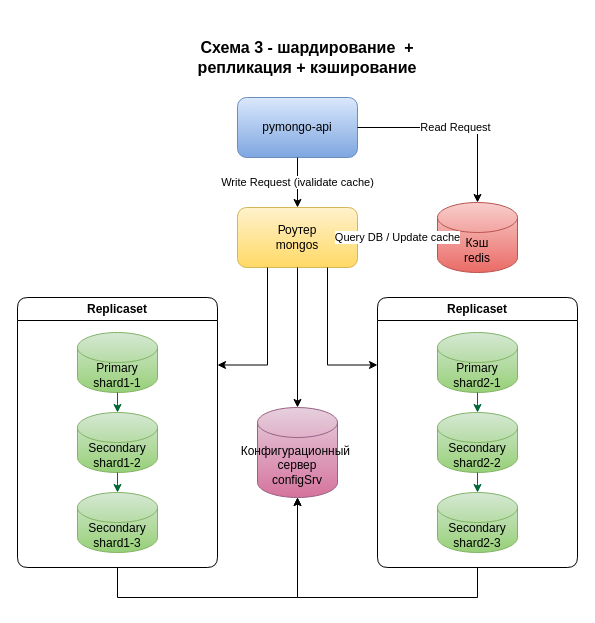
megalosandros/architecture-black_friday keeps this draw.io diagram as schemas/schema-v3-caching.drawio. Above is the earlier version. Source tidied: cells renumbered, new cells numbered last; positions are measured from the earlier drawing's top-left corner, leaving out a move shared by most shapes. Both pictures are drawn from the tidied source at 100%, with x=0, y=0 at pixel (17, 17).
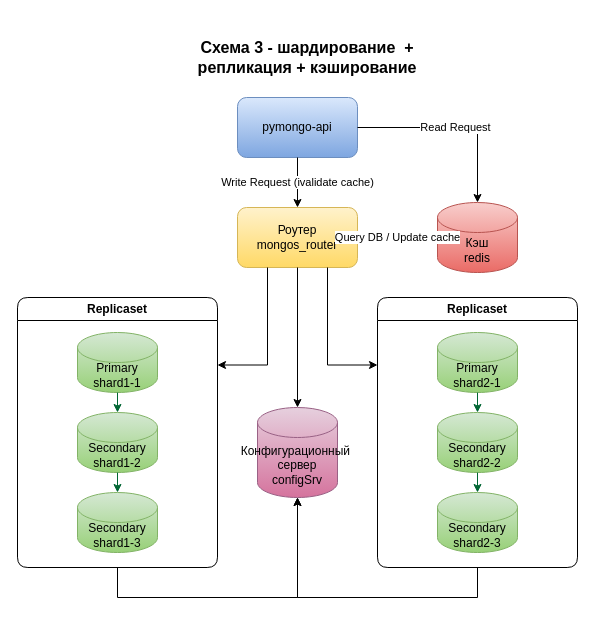
The same diagram, later.

Diff of the diagram source:
```diff
@@
-    <mxCell id="4" value="Роутер&lt;div&gt;mongos&lt;/div&gt;" style="rounded=1;whiteSpace=wrap;html=1;fillColor=#fff2cc;strokeColor=#d6b656;gradientColor=#ffd966;" parent="1" vertex="1">
+    <mxCell id="4" value="Роутер&lt;div&gt;mongos_router&lt;/div&gt;" style="rounded=1;whiteSpace=wrap;html=1;fillColor=#fff2cc;strokeColor=#d6b656;gradientColor=#ffd966;" parent="1" vertex="1">
       <mxGeometry x="220" y="190" width="120" height="60" as="geometry" />
     </mxCell>
```
